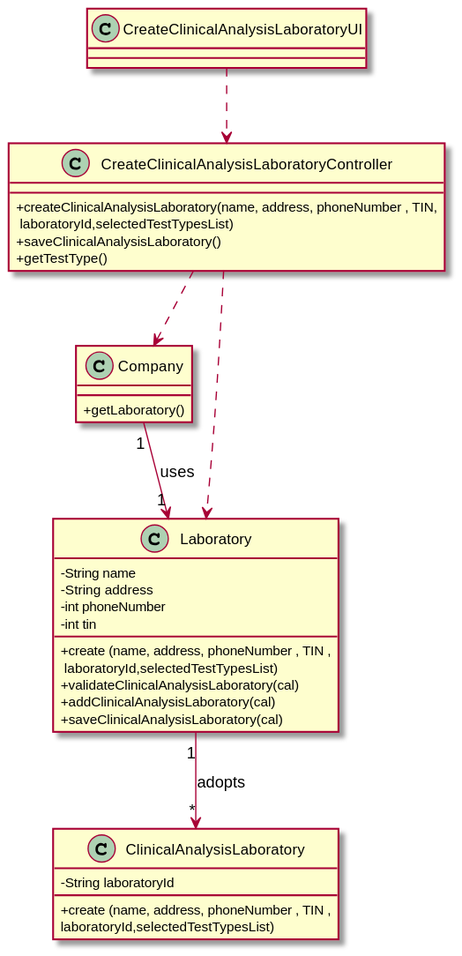
This is docs/SprintB/US08/US08_CD.svg from manu-07-ela/LAPR2_ISEP, a PlantUML export, as it was before one commit.
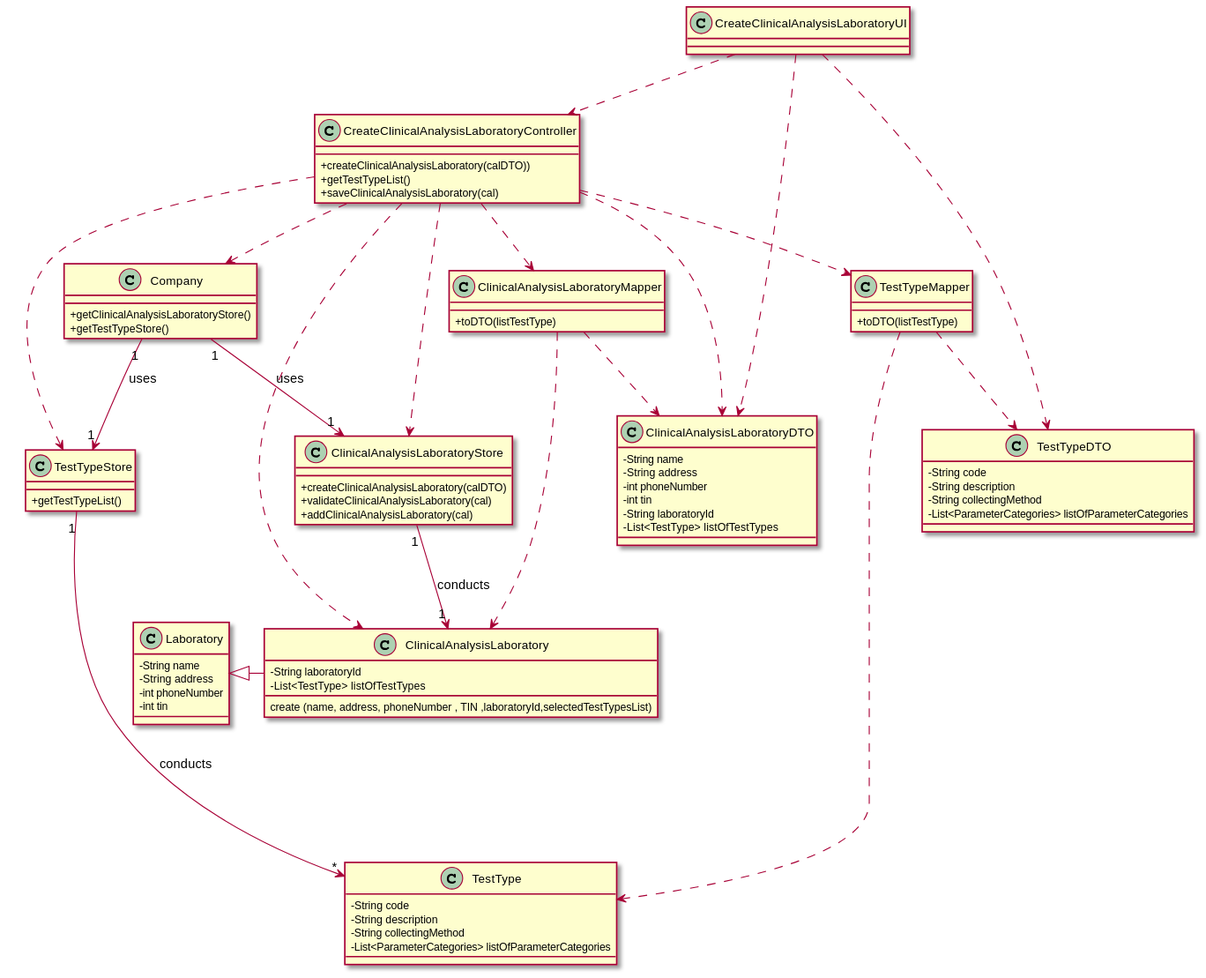
After the change.

Diff of the diagram source:
```diff
@@ -5,19 +5,21 @@
 }
 
 class CreateClinicalAnalysisLaboratoryController{
-  +createClinicalAnalysisLaboratory(name, address, phoneNumber , TIN,\n laboratoryId,selectedTestTypesList)
-  +saveClinicalAnalysisLaboratory()
-  +getTestType()
+  +createClinicalAnalysisLaboratory(calDTO))
+  +getTestTypeList()
+  +saveClinicalAnalysisLaboratory(cal)
 }
 
 class Company{
-+getLaboratory()
+  +getClinicalAnalysisLaboratoryStore()
+  +getTestTypeStore()
 }
 
 
 class ClinicalAnalysisLaboratory {
   -String laboratoryId
-  +create (name, address, phoneNumber , TIN ,\nlaboratoryId,selectedTestTypesList)
+  -List<TestType> listOfTestTypes
+  create (name, address, phoneNumber , TIN ,laboratoryId,selectedTestTypesList)
 
 
 }
@@ -27,10 +29,50 @@
   -String address
   -int phoneNumber
   -int tin
-  +create (name, address, phoneNumber , TIN ,\n laboratoryId,selectedTestTypesList)
+
+}
+
+class TestTypeStore{
++getTestTypeList()
+}
+
+class ClinicalAnalysisLaboratoryStore{
+  +createClinicalAnalysisLaboratory(calDTO)
   +validateClinicalAnalysisLaboratory(cal)
   +addClinicalAnalysisLaboratory(cal)
-  +saveClinicalAnalysisLaboratory(cal)
+}
+
+class ClinicalAnalysisLaboratoryMapper {
+   +toDTO(listTestType)
+
+}
+
+class TestTypeMapper {
+   +toDTO(listTestType)
+}
+
+
+class ClinicalAnalysisLaboratoryDTO {
+  -String name
+  -String address
+  -int phoneNumber
+  -int tin
+  -String laboratoryId
+  -List<TestType> listOfTestTypes
+}
+
+class TestType{
+  -String code
+  -String description
+  -String collectingMethod
+  -List<ParameterCategories> listOfParameterCategories
+}
+
+class TestTypeDTO{
+  -String code
+  -String description
+  -String collectingMethod
+  -List<ParameterCategories> listOfParameterCategories
 }
 
 
@@ -39,10 +81,22 @@
 
 
 CreateClinicalAnalysisLaboratoryUI ..> CreateClinicalAnalysisLaboratoryController
+CreateClinicalAnalysisLaboratoryUI ..> ClinicalAnalysisLaboratoryDTO
+CreateClinicalAnalysisLaboratoryUI ..> TestTypeDTO
+CreateClinicalAnalysisLaboratoryController ..> ClinicalAnalysisLaboratoryDTO
 CreateClinicalAnalysisLaboratoryController ..> Company
-CreateClinicalAnalysisLaboratoryController ...> Laboratory
-Company "1" --> "1" Laboratory : uses
-Laboratory "1" --> "*" ClinicalAnalysisLaboratory : adopts
-
-
+CreateClinicalAnalysisLaboratoryController ...> TestTypeStore
+CreateClinicalAnalysisLaboratoryController ..> ClinicalAnalysisLaboratoryMapper
+CreateClinicalAnalysisLaboratoryController ..> ClinicalAnalysisLaboratoryStore
+CreateClinicalAnalysisLaboratoryController ..> ClinicalAnalysisLaboratory
+CreateClinicalAnalysisLaboratoryController ..> TestTypeMapper
+ClinicalAnalysisLaboratoryStore"1" --> "1" ClinicalAnalysisLaboratory : conducts
+Laboratory  <|- ClinicalAnalysisLaboratory
+ClinicalAnalysisLaboratoryMapper ..> ClinicalAnalysisLaboratoryDTO
+ClinicalAnalysisLaboratoryMapper ...> ClinicalAnalysisLaboratory
+Company "1" --> "1" TestTypeStore : uses
+Company "1" --> "1" ClinicalAnalysisLaboratoryStore : uses
+TestTypeStore "1" --> "*" TestType : conducts
+TestTypeMapper .....> TestType
+TestTypeMapper ..> TestTypeDTO
 @enduml
```
